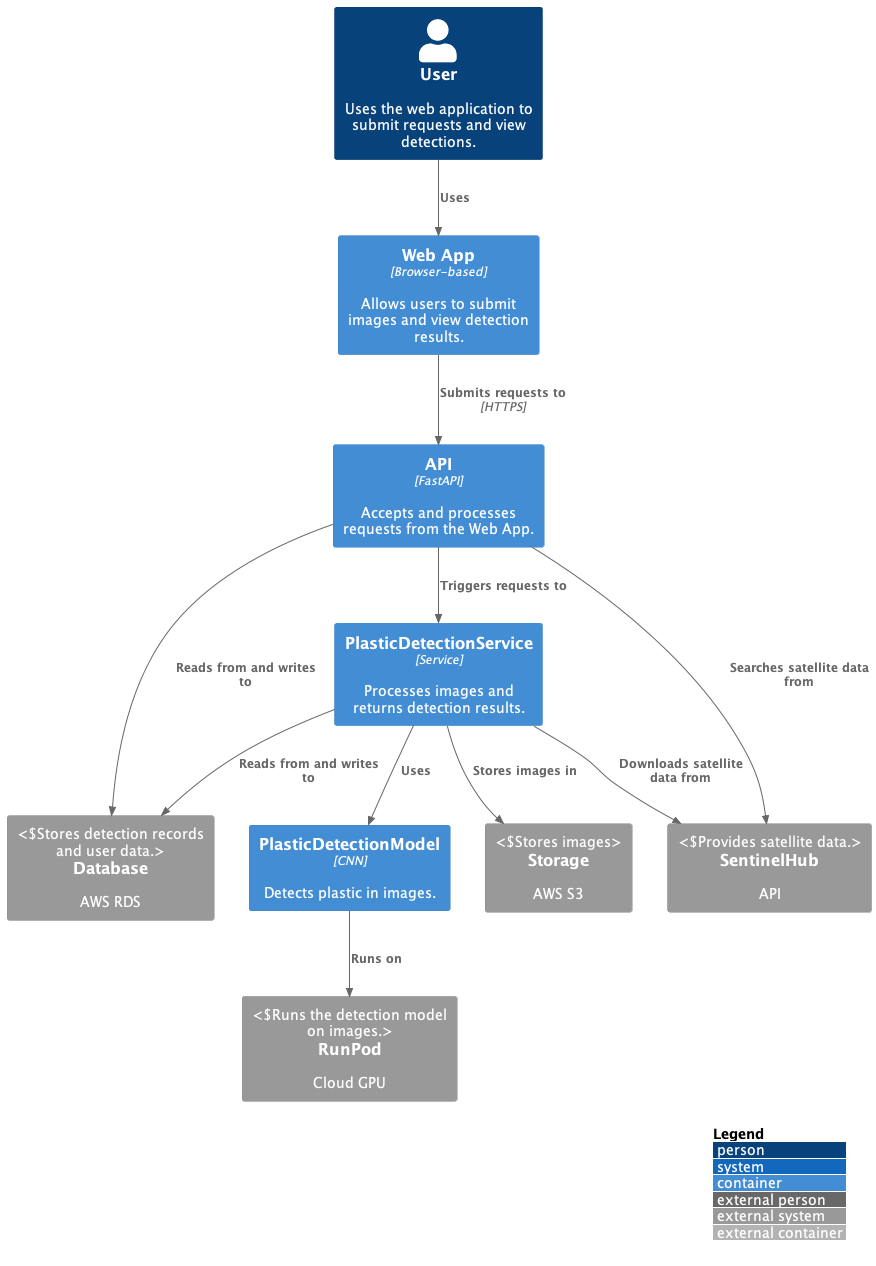
This is docs/diagrams/container_diagram.png from OceanEcoWatch/PlasticDetectionService, a PlantUML export, as it was before one commit. Its diagram source:
```plantuml
@startuml Container Diagram
!include https://raw.githubusercontent.com/plantuml-stdlib/C4-PlantUML/master/C4_Container.puml

LAYOUT_WITH_LEGEND()

Person(user, "User", "Uses the web application to submit requests and view detections.")
Container(webApp, "Web App", "Browser-based", "Allows users to submit images and view detection results.")
Container(api, "API", "FastAPI", "Accepts and processes requests from the Web App.")
Container(svc, "PlasticDetectionService", "Service", "Processes images and returns detection results.")
Container(model, "PlasticDetectionModel", "CNN", "Detects plastic in images.")
System_Ext(sh, "SentinelHub", "API", "Provides satellite data.")
System_Ext(s3, "Storage", "AWS S3", "Stores images")
System_Ext(rds, "Database", "AWS RDS", "Stores detection records and user data.")
System_Ext(runpod, "RunPod", "Cloud GPU", "Runs the detection model on images.")

Rel(user, webApp, "Uses")
Rel(webApp, api, "Submits requests to", "HTTPS")
Rel(api, svc, "Triggers requests to")
Rel(api, sh, "Searches satellite data from")
Rel(svc, rds, "Reads from and writes to")
Rel(svc, model, "Uses")
Rel(svc, s3, "Stores images in")
Rel_R(api, rds, "Reads from and writes to")
Rel(svc, sh, "Downloads satellite data from")
Rel(model, runpod, "Runs on")

@enduml
```
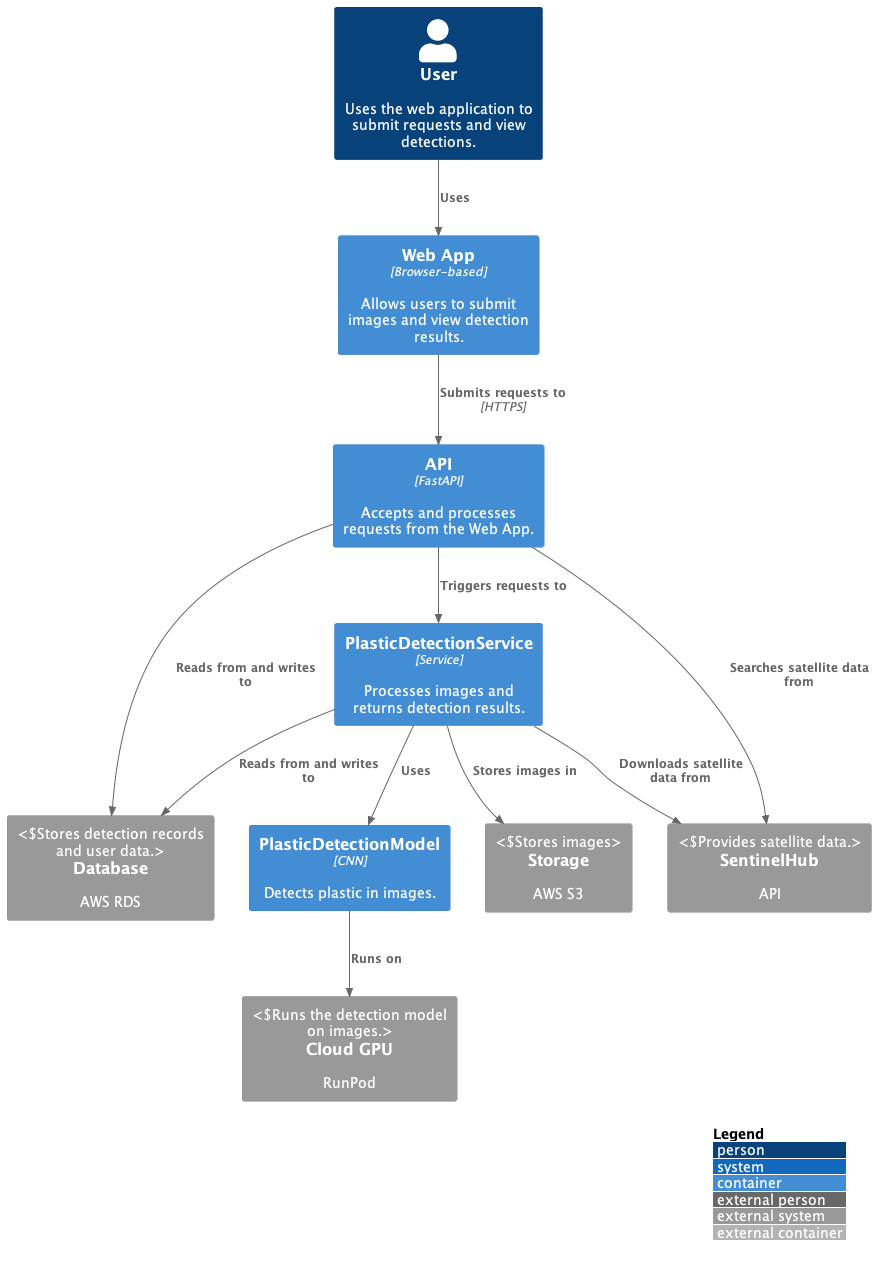
After the change.

The edit, as a diff of the source:
```diff
@@ -11,7 +11,7 @@
 System_Ext(sh, "SentinelHub", "API", "Provides satellite data.")
 System_Ext(s3, "Storage", "AWS S3", "Stores images")
 System_Ext(rds, "Database", "AWS RDS", "Stores detection records and user data.")
-System_Ext(runpod, "RunPod", "Cloud GPU", "Runs the detection model on images.")
+System_Ext(runpod, "Cloud GPU", "RunPod", "Runs the detection model on images.")
 
 Rel(user, webApp, "Uses")
 Rel(webApp, api, "Submits requests to", "HTTPS")
```
